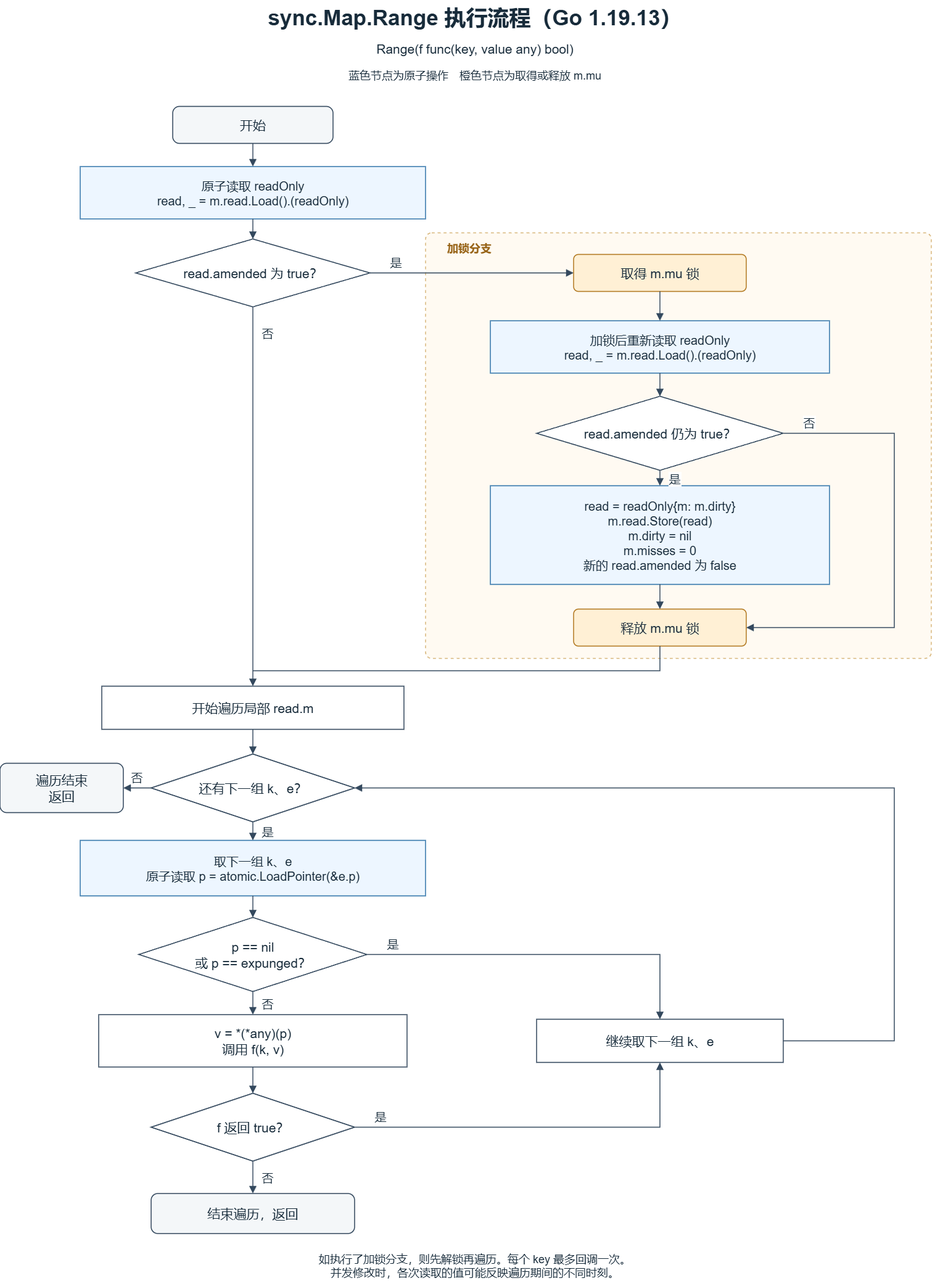
The draw.io diagram go/sync.Map Range() 执行流程图.drawio.png in oHo404/imgrepo, before a commit. Source tidied: cells renumbered, new cells last; positions are measured from the earlier drawing's top-left corner, leaving out a move shared by most shapes.
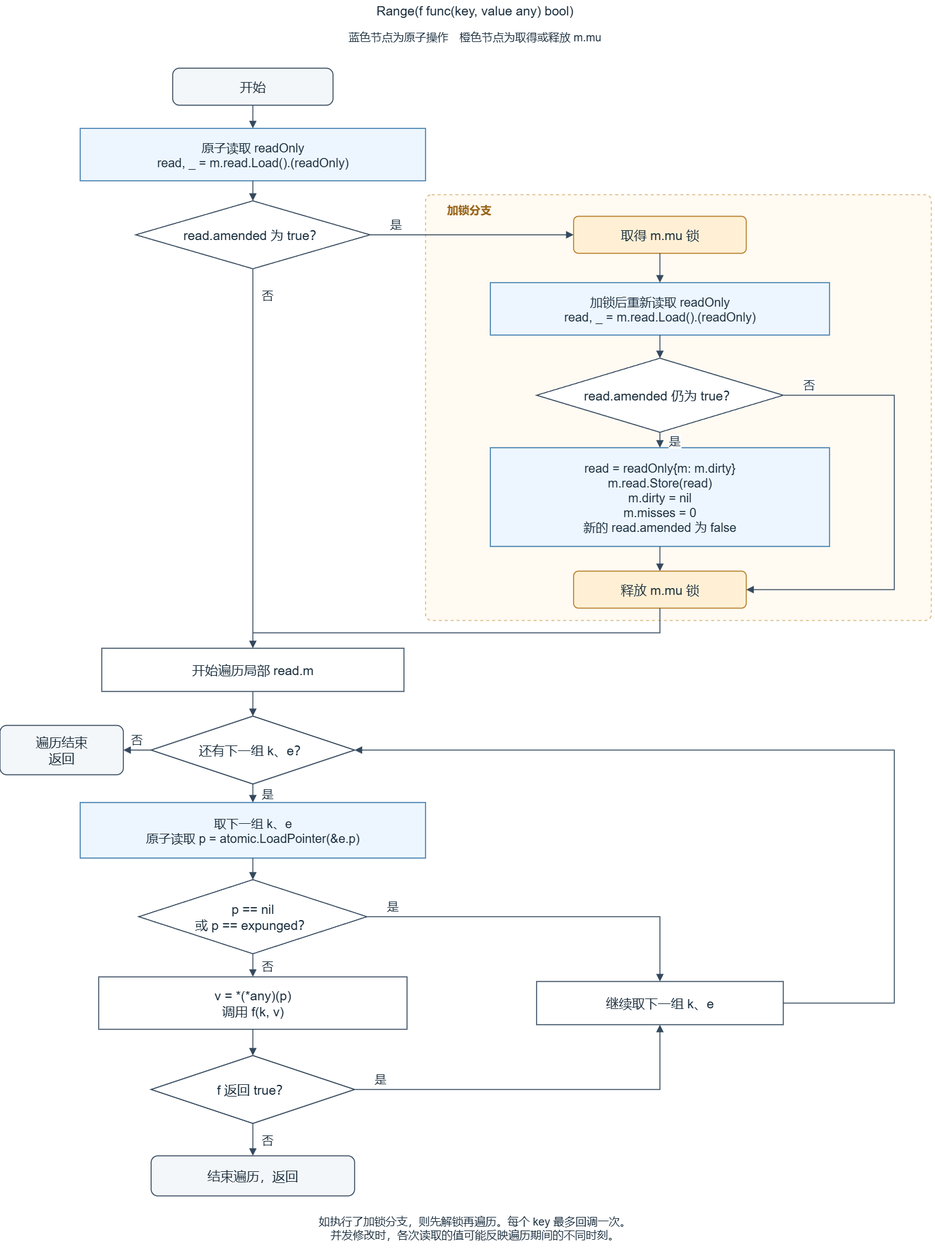
After the commit.

Commit message:
更新sync.Map Range() 执行流程图.drawio.png

Change to the diagram source:
```diff
@@ -8,9 +8,6 @@
     <mxCell id="3" value="加锁分支" style="whiteSpace=wrap;html=0;align=center;verticalAlign=middle;fontFamily=Arial;fontSize=18;fontColor=#172b3a;fillColor=#ffffff;strokeColor=#34495e;strokeWidth=1.6;spacing=7;shadow=0;glass=0;shape=text;strokeColor=none;fillColor=none;spacing=0;fontColor=#986418;fontStyle=1;align=left;" parent="1" vertex="1">
       <mxGeometry x="725" y="387.5" width="190" height="30" as="geometry" />
     </mxCell>
-    <mxCell id="4" value="sync.Map.Range 执行流程（Go 1.19.13）" style="whiteSpace=wrap;html=0;align=center;verticalAlign=middle;fontFamily=Arial;fontSize=35;fontColor=#172b3a;fillColor=#ffffff;strokeColor=#34495e;strokeWidth=1.6;spacing=7;shadow=0;glass=0;shape=text;strokeColor=none;fillColor=none;spacing=0;fontStyle=1;" parent="1" vertex="1">
-      <mxGeometry x="25" width="1490" height="55" as="geometry" />
-    </mxCell>
     <mxCell id="5" value="Range(f func(key, value any) bool)" style="whiteSpace=wrap;html=0;align=center;verticalAlign=middle;fontFamily=Arial;fontSize=21;fontColor=#172b3a;fillColor=#ffffff;strokeColor=#34495e;strokeWidth=1.6;spacing=7;shadow=0;glass=0;shape=text;strokeColor=none;fillColor=none;spacing=0;" parent="1" vertex="1">
       <mxGeometry x="25" y="61.5" width="1490" height="34" as="geometry" />
     </mxCell>
```
